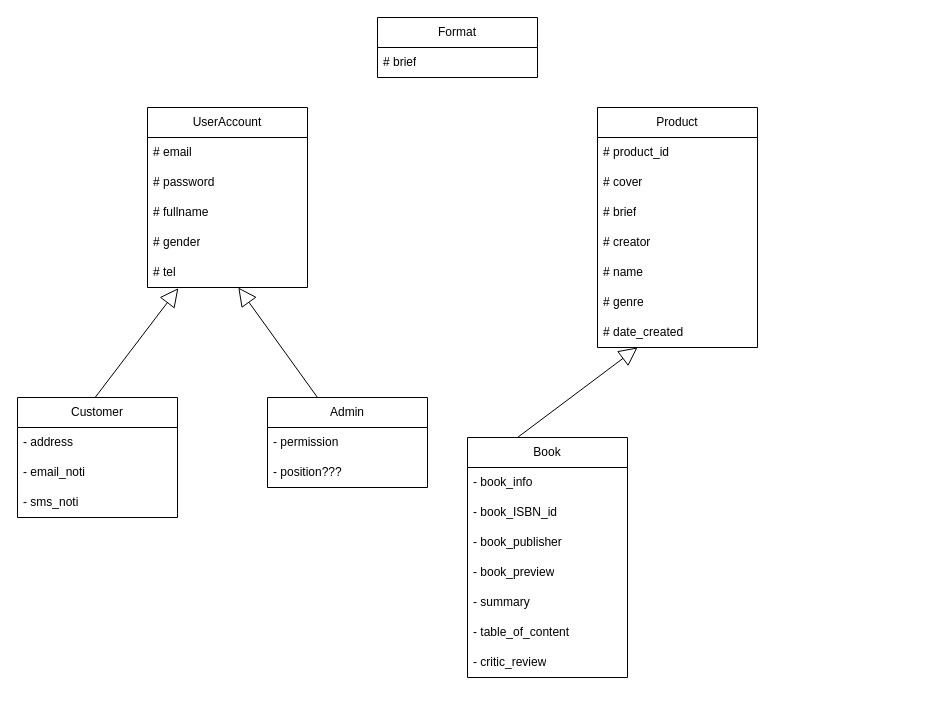
This is Class Diagram.drawio from Misterpetchz/Object_Oriented_Project, a draw.io file, before an edit. Source tidied: cells renumbered, new cells numbered last; positions are measured from the earlier drawing's top-left corner, leaving out a move shared by most shapes. Both pictures are drawn from the tidied source at 100%, with x=0, y=0 at pixel (17, 17).
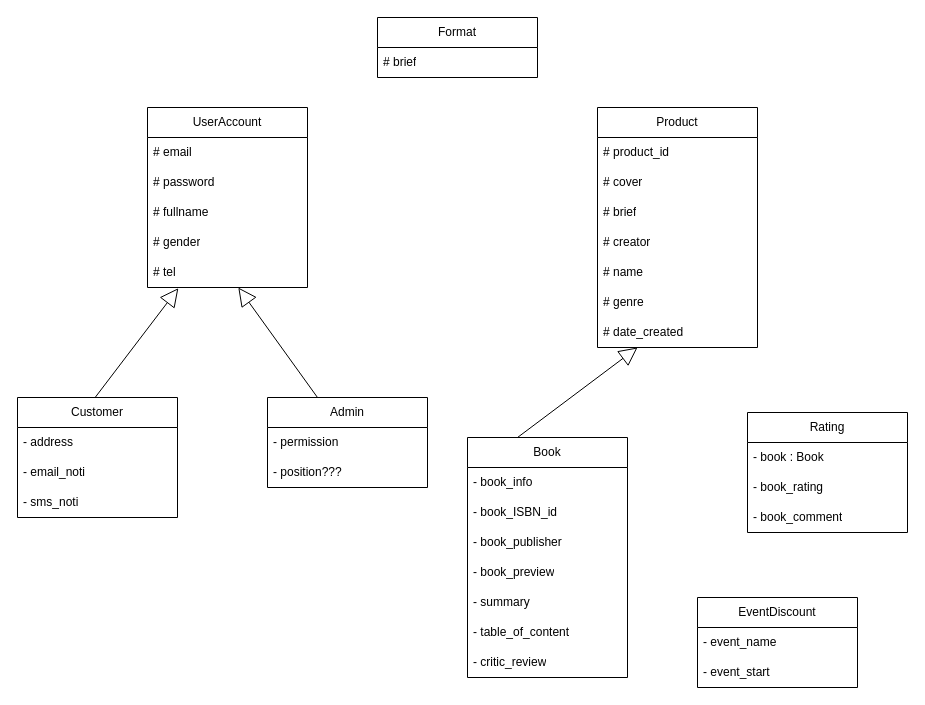
The same page after the edit.

Change to the diagram source:
```diff
@@
+    <mxCell id="36" value="Rating" style="swimlane;fontStyle=0;horizontal=1;startSize=30;whiteSpace=wrap;html=1;" parent="1" vertex="1">
+      <mxGeometry x="730" y="395" width="160" height="120" as="geometry" />
+    </mxCell>
+    <mxCell id="37" value="- book : Book" style="text;strokeColor=none;fillColor=none;align=left;verticalAlign=middle;spacingLeft=4;spacingRight=4;overflow=hidden;whiteSpace=wrap;html=1;" parent="36" vertex="1">
+      <mxGeometry y="30" width="160" height="30" as="geometry" />
+    </mxCell>
+    <mxCell id="38" value="- book_rating" style="text;strokeColor=none;fillColor=none;align=left;verticalAlign=middle;spacingLeft=4;spacingRight=4;overflow=hidden;whiteSpace=wrap;html=1;" parent="36" vertex="1">
+      <mxGeometry y="60" width="160" height="30" as="geometry" />
+    </mxCell>
+    <mxCell id="39" value="- book_comment" style="text;strokeColor=none;fillColor=none;align=left;verticalAlign=middle;spacingLeft=4;spacingRight=4;overflow=hidden;whiteSpace=wrap;html=1;" parent="36" vertex="1">
+      <mxGeometry y="90" width="160" height="30" as="geometry" />
+    </mxCell>
+    <mxCell id="40" value="EventDiscount" style="swimlane;fontStyle=0;horizontal=1;startSize=30;whiteSpace=wrap;html=1;" parent="1" vertex="1">
+      <mxGeometry x="680" y="580" width="160" height="90" as="geometry" />
+    </mxCell>
+    <mxCell id="41" value="- event_name" style="text;strokeColor=none;fillColor=none;align=left;verticalAlign=middle;spacingLeft=4;spacingRight=4;overflow=hidden;whiteSpace=wrap;html=1;" parent="40" vertex="1">
+      <mxGeometry y="30" width="160" height="30" as="geometry" />
+    </mxCell>
+    <mxCell id="42" value="- event_start" style="text;strokeColor=none;fillColor=none;align=left;verticalAlign=middle;spacingLeft=4;spacingRight=4;overflow=hidden;whiteSpace=wrap;html=1;" parent="40" vertex="1">
+      <mxGeometry y="60" width="160" height="30" as="geometry" />
+    </mxCell>
```
